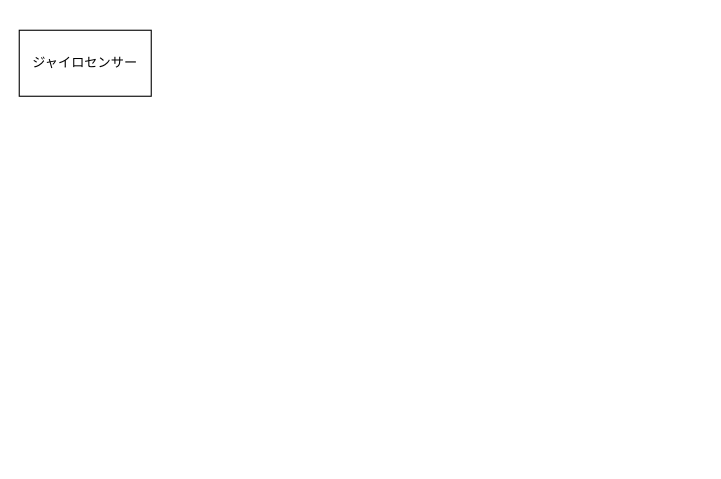
Before: システム構成図.drawio in nekonlu/Gakuensai-dev, a draw.io diagram. Source tidied: cells renumbered, new cells numbered last; positions are measured from the earlier drawing's top-left corner, leaving out a move shared by most shapes. Both pictures are drawn from the tidied source at 110%, with x=0, y=0 at pixel (19, 30).
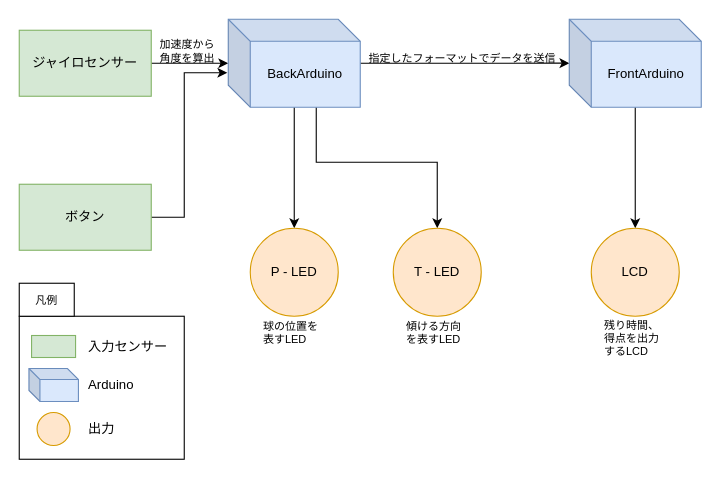
The same page after the edit.

Commit message:
システム構成図を追加

Diff of the diagram source:
```diff
@@
+    <mxCell id="3" style="edgeStyle=orthogonalEdgeStyle;rounded=0;jettySize=auto;html=1;" parent="1" edge="1" source="2" target="7">
+      <mxGeometry relative="1" as="geometry" />
+    </mxCell>
-    <mxCell id="2" value="ジャイロセンサー" style="rounded=0;whiteSpace=wrap;html=1;" parent="1" vertex="1">
+    <mxCell id="2" value="ジャイロセンサー" style="rounded=0;whiteSpace=wrap;html=1;fillColor=#d5e8d4;strokeColor=#82b366;" parent="1" vertex="1">
       <mxGeometry width="120" height="60" as="geometry" />
     </mxCell>
+    <mxCell id="4" style="edgeStyle=orthogonalEdgeStyle;rounded=0;jettySize=auto;html=1;" parent="1" edge="1" source="7" target="10">
+      <mxGeometry relative="1" as="geometry" />
+    </mxCell>
+    <mxCell id="5" style="edgeStyle=orthogonalEdgeStyle;rounded=0;jettySize=auto;html=1;entryX=0.5;entryY=0;entryDx=0;entryDy=0;" parent="1" edge="1" source="7" target="11">
+      <mxGeometry relative="1" as="geometry">
+        <Array as="points">
+          <mxPoint x="270" y="120" />
+          <mxPoint x="380" y="120" />
+        </Array>
+      </mxGeometry>
+    </mxCell>
+    <mxCell id="6" style="edgeStyle=orthogonalEdgeStyle;rounded=0;jettySize=auto;html=1;entryX=0.001;entryY=0.499;entryDx=0;entryDy=0;entryPerimeter=0;" parent="1" edge="1" source="7" target="9">
+      <mxGeometry relative="1" as="geometry" />
+    </mxCell>
+    <mxCell id="7" value="BackArduino" style="shape=cube;whiteSpace=wrap;html=1;boundedLbl=1;backgroundOutline=1;darkOpacity=0.05;darkOpacity2=0.1;fillColor=#dae8fc;strokeColor=#6c8ebf;" parent="1" vertex="1">
+      <mxGeometry x="190" y="-10" width="120" height="80" as="geometry" />
+    </mxCell>
+    <mxCell id="8" style="edgeStyle=orthogonalEdgeStyle;rounded=0;jettySize=auto;html=1;entryX=0.5;entryY=0;entryDx=0;entryDy=0;" parent="1" edge="1" source="9" target="12">
+      <mxGeometry relative="1" as="geometry" />
+    </mxCell>
+    <mxCell id="9" value="FrontArduino" style="shape=cube;whiteSpace=wrap;html=1;boundedLbl=1;backgroundOutline=1;darkOpacity=0.05;darkOpacity2=0.1;fillColor=#dae8fc;strokeColor=#6c8ebf;" parent="1" vertex="1">
+      <mxGeometry x="500" y="-10" width="120" height="80" as="geometry" />
+    </mxCell>
+    <mxCell id="10" value="P - LED" style="ellipse;whiteSpace=wrap;html=1;fillColor=#ffe6cc;strokeColor=#d79b00;" parent="1" vertex="1">
+      <mxGeometry x="210" y="180" width="80" height="80" as="geometry" />
+    </mxCell>
+    <mxCell id="11" value="T - LED" style="ellipse;whiteSpace=wrap;html=1;fillColor=#ffe6cc;strokeColor=#d79b00;" parent="1" vertex="1">
+      <mxGeometry x="340" y="180" width="80" height="80" as="geometry" />
+    </mxCell>
+    <mxCell id="12" value="LCD" style="ellipse;whiteSpace=wrap;html=1;fillColor=#ffe6cc;strokeColor=#d79b00;" parent="1" vertex="1">
+      <mxGeometry x="520" y="180" width="80" height="80" as="geometry" />
+    </mxCell>
+    <mxCell id="13" style="edgeStyle=orthogonalEdgeStyle;rounded=0;jettySize=auto;html=1;entryX=-0.007;entryY=0.608;entryDx=0;entryDy=0;entryPerimeter=0;" parent="1" edge="1" source="14" target="7">
+      <mxGeometry relative="1" as="geometry">
+        <Array as="points">
+          <mxPoint x="150" y="170" />
+          <mxPoint x="150" y="39" />
+        </Array>
+      </mxGeometry>
+    </mxCell>
+    <mxCell id="14" value="ボタン" style="rounded=0;whiteSpace=wrap;html=1;fillColor=#d5e8d4;strokeColor=#82b366;" parent="1" vertex="1">
+      <mxGeometry y="140" width="120" height="60" as="geometry" />
+    </mxCell>
+    <mxCell id="15" value="指定したフォーマットでデータを送信" style="text;html=1;strokeColor=none;fillColor=none;align=center;verticalAlign=middle;whiteSpace=wrap;rounded=0;fontSize=10;" parent="1" vertex="1">
+      <mxGeometry x="298" y="10" width="210" height="30" as="geometry" />
+    </mxCell>
+    <mxCell id="16" value="加速度から角度を算出" style="text;html=1;strokeColor=none;fillColor=none;align=left;verticalAlign=middle;whiteSpace=wrap;rounded=0;fontSize=10;" parent="1" vertex="1">
+      <mxGeometry x="126" y="4" width="60" height="30" as="geometry" />
+    </mxCell>
+    <mxCell id="17" value="球の位置を表すLED" style="text;html=1;strokeColor=none;fillColor=none;align=left;verticalAlign=middle;whiteSpace=wrap;rounded=0;fontSize=10;" parent="1" vertex="1">
+      <mxGeometry x="220" y="260" width="60" height="30" as="geometry" />
+    </mxCell>
+    <mxCell id="18" value="傾ける方向を表すLED" style="text;html=1;strokeColor=none;fillColor=none;align=left;verticalAlign=middle;whiteSpace=wrap;rounded=0;fontSize=10;" parent="1" vertex="1">
+      <mxGeometry x="350" y="260" width="60" height="30" as="geometry" />
+    </mxCell>
+    <mxCell id="19" value="残り時間、得点を出力するLCD" style="text;html=1;strokeColor=none;fillColor=none;align=left;verticalAlign=middle;whiteSpace=wrap;rounded=0;fontSize=10;" parent="1" vertex="1">
+      <mxGeometry x="530" y="260" width="60" height="40" as="geometry" />
+    </mxCell>
+    <mxCell id="20" style="group;" parent="1" vertex="1">
+      <mxGeometry y="230" width="151.2" height="160" as="geometry" />
+    </mxCell>
+    <mxCell id="21" style="group;" parent="20" vertex="1">
+      <mxGeometry y="30" width="151.2" height="130" as="geometry" />
+    </mxCell>
+    <mxCell id="22" style="rounded=0;whiteSpace=wrap;html=1;" parent="21" vertex="1">
+      <mxGeometry width="150" height="130" as="geometry" />
+    </mxCell>
+    <mxCell id="23" style="rounded=0;whiteSpace=wrap;html=1;fillColor=#d5e8d4;strokeColor=#82b366;" parent="21" vertex="1">
+      <mxGeometry x="11.2" y="17.5" width="40" height="20" as="geometry" />
+    </mxCell>
+    <mxCell id="24" value="入力センサー" style="text;html=1;strokeColor=none;fillColor=none;align=left;verticalAlign=middle;whiteSpace=wrap;rounded=0;" parent="21" vertex="1">
+      <mxGeometry x="61.2" y="12.5" width="90" height="30" as="geometry" />
+    </mxCell>
+    <mxCell id="25" style="shape=cube;whiteSpace=wrap;html=1;boundedLbl=1;backgroundOutline=1;darkOpacity=0.05;darkOpacity2=0.1;size=10;fillColor=#dae8fc;strokeColor=#6c8ebf;" parent="21" vertex="1">
+      <mxGeometry x="8.8" y="47.5" width="45" height="30" as="geometry" />
+    </mxCell>
+    <mxCell id="26" value="Arduino" style="text;html=1;strokeColor=none;fillColor=none;align=left;verticalAlign=middle;whiteSpace=wrap;rounded=0;" parent="21" vertex="1">
+      <mxGeometry x="61.2" y="47.5" width="90" height="30" as="geometry" />
+    </mxCell>
+    <mxCell id="27" style="ellipse;whiteSpace=wrap;html=1;fillColor=#ffe6cc;strokeColor=#d79b00;" parent="21" vertex="1">
+      <mxGeometry x="16.2" y="87.5" width="30" height="30" as="geometry" />
+    </mxCell>
+    <mxCell id="28" value="出力" style="text;html=1;strokeColor=none;fillColor=none;align=left;verticalAlign=middle;whiteSpace=wrap;rounded=0;" parent="21" vertex="1">
+      <mxGeometry x="61.2" y="87.5" width="90" height="30" as="geometry" />
+    </mxCell>
+    <mxCell id="29" value="凡例" style="rounded=0;whiteSpace=wrap;html=1;fontSize=10;" parent="20" vertex="1">
+      <mxGeometry width="50" height="30" as="geometry" />
+    </mxCell>
```
